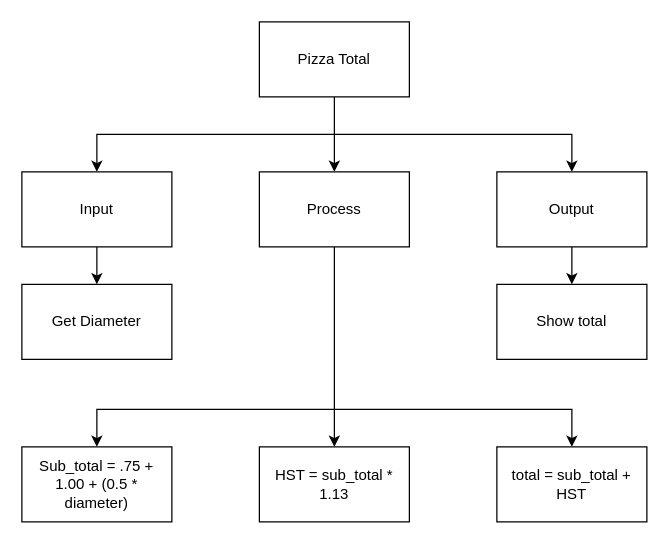
The draw.io diagram Draw.io/topdown.drawio in Peter-Gemmell/ICS3U-Unit4-01-Python, before the edit. Source tidied: cells renumbered, new cells numbered last; positions are measured from the earlier drawing's top-left corner, leaving out a move shared by most shapes. Both pictures are drawn from the tidied source at 125%, with x=0, y=0 at pixel (21, 21).
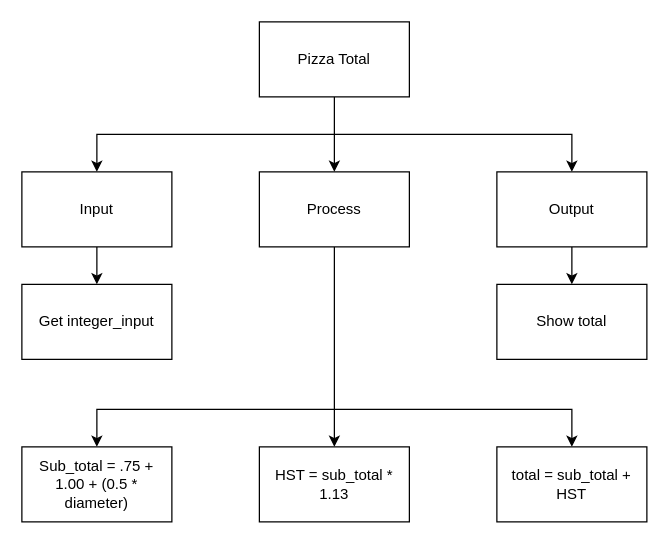
The same page after the edit.

What changed in the source:
```diff
@@
-    <mxCell id="14" value="Get Diameter" style="rounded=0;whiteSpace=wrap;html=1;" parent="1" vertex="1">
+    <mxCell id="14" value="Get integer_input" style="rounded=0;whiteSpace=wrap;html=1;" parent="1" vertex="1">
       <mxGeometry y="210" width="120" height="60" as="geometry" />
     </mxCell>
```
